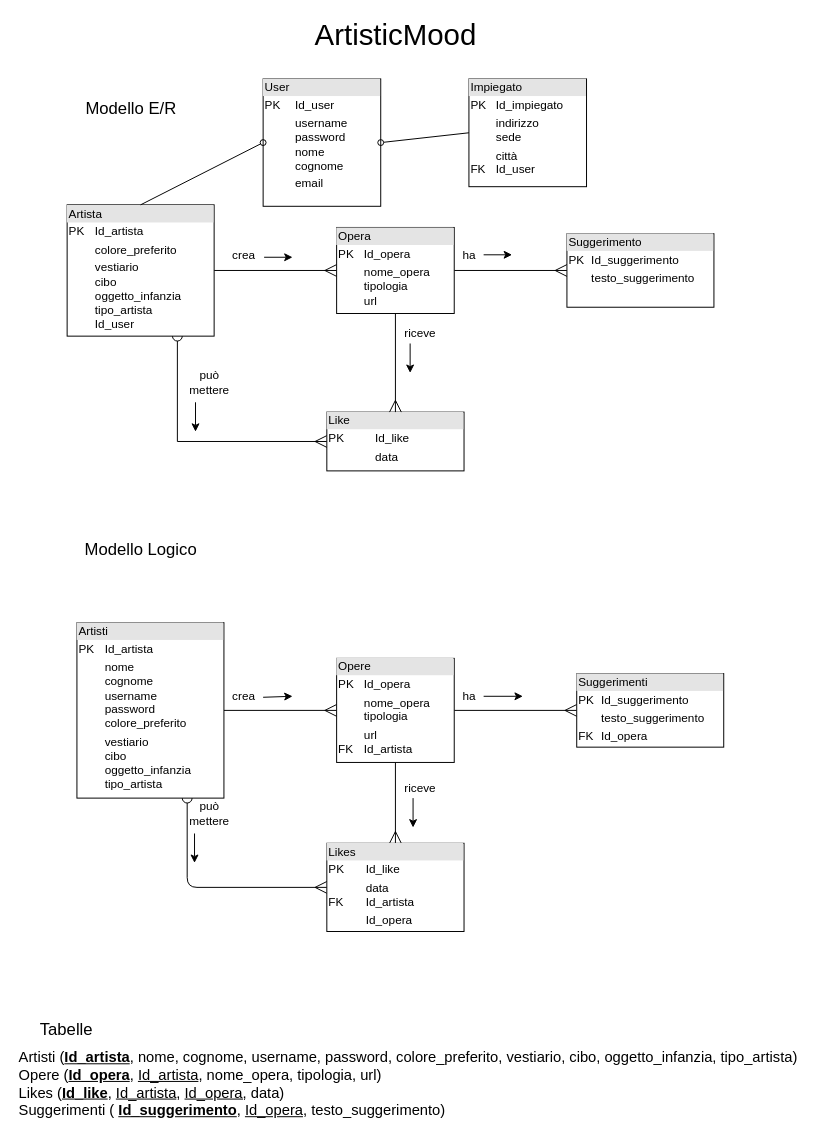
This is ArtisticMood.drawio from ChiaraGismondi02/ArtisticMood, a draw.io file, before an edit. Source tidied: cells renumbered, new cells numbered last; positions are measured from the earlier drawing's top-left corner, leaving out a move shared by most shapes. Both pictures are drawn from the tidied source at 98%, with x=0, y=0 at pixel (17, 20).
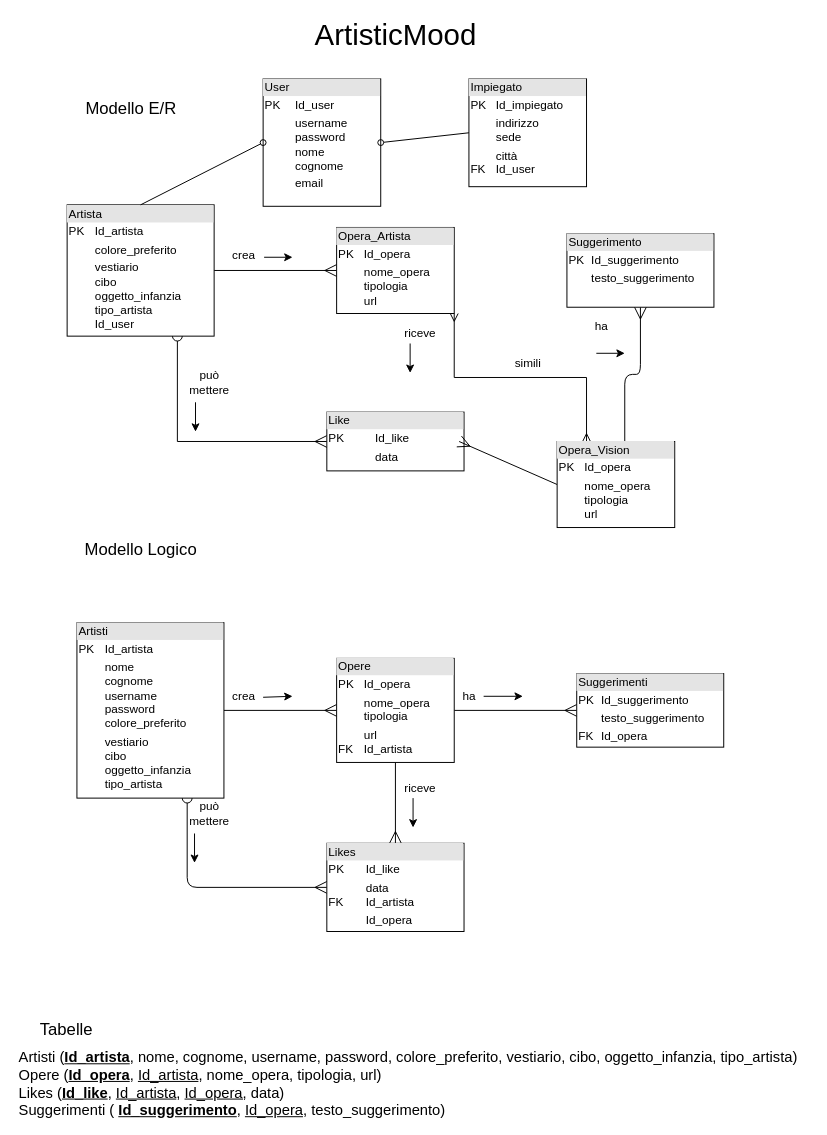
The same diagram, later.

The change refers to these unchanged cells:
```xml
<mxCell id="7" value="&lt;div style=&quot;box-sizing: border-box ; width: 100% ; background: #e4e4e4 ; padding: 2px&quot;&gt;Like&lt;/div&gt;&lt;table style=&quot;width: 100% ; font-size: 1em&quot; cellpadding=&quot;2&quot; cellspacing=&quot;0&quot;&gt;&lt;tbody&gt;&lt;tr&gt;&lt;td&gt;PK&lt;/td&gt;&lt;td&gt;Id_like&lt;/td&gt;&lt;/tr&gt;&lt;tr&gt;&lt;td&gt;&lt;br&gt;&lt;/td&gt;&lt;td&gt;data&lt;/td&gt;&lt;/tr&gt;&lt;tr&gt;&lt;td&gt;&lt;/td&gt;&lt;td&gt;&lt;br&gt;&lt;/td&gt;&lt;/tr&gt;&lt;/tbody&gt;&lt;/table&gt;" style="verticalAlign=top;align=left;overflow=fill;html=1;" parent="1" vertex="1">
  <mxGeometry x="316" y="400" width="140" height="60" as="geometry" />
</mxCell>
<mxCell id="21" value="&lt;div style=&quot;box-sizing: border-box ; width: 100% ; background: #e4e4e4 ; padding: 2px&quot;&gt;Suggerimento&lt;/div&gt;&lt;table style=&quot;width: 100% ; font-size: 1em&quot; cellpadding=&quot;2&quot; cellspacing=&quot;0&quot;&gt;&lt;tbody&gt;&lt;tr&gt;&lt;td&gt;PK&lt;/td&gt;&lt;td&gt;Id_suggerimento&lt;/td&gt;&lt;/tr&gt;&lt;tr&gt;&lt;td&gt;&lt;br&gt;&lt;/td&gt;&lt;td&gt;testo_suggerimento&lt;/td&gt;&lt;/tr&gt;&lt;tr&gt;&lt;td&gt;&lt;/td&gt;&lt;td&gt;&lt;br&gt;&lt;/td&gt;&lt;/tr&gt;&lt;/tbody&gt;&lt;/table&gt;" style="verticalAlign=top;align=left;overflow=fill;html=1;" parent="1" vertex="1">
  <mxGeometry x="561" y="218" width="150" height="75" as="geometry" />
</mxCell>
```

The edit, as a diff of the source:
```diff
@@
-    <mxCell id="5" style="edgeStyle=orthogonalEdgeStyle;curved=0;rounded=1;sketch=0;jettySize=auto;html=1;exitX=1;exitY=0.5;exitDx=0;exitDy=0;entryX=0;entryY=0.5;entryDx=0;entryDy=0;startArrow=none;startFill=0;endArrow=ERmany;endFill=0;startSize=10;endSize=10;" parent="1" edge="1" source="6" target="21">
+    <mxCell id="5" style="edgeStyle=orthogonalEdgeStyle;curved=0;rounded=1;sketch=0;jettySize=auto;html=1;exitX=0.575;exitY=0;exitDx=0;exitDy=0;entryX=0.5;entryY=1;entryDx=0;entryDy=0;startArrow=none;startFill=0;endArrow=ERmany;endFill=0;startSize=10;endSize=10;exitPerimeter=0;" parent="1" edge="1" source="44" target="21">
       <mxGeometry relative="1" as="geometry" />
     </mxCell>
+    <mxCell id="43" style="edgeStyle=orthogonalEdgeStyle;rounded=0;jettySize=auto;html=1;exitX=1;exitY=1;exitDx=0;exitDy=0;entryX=0.25;entryY=0;entryDx=0;entryDy=0;endArrow=ERmany;endFill=0;startArrow=ERmany;startFill=0;" parent="1" edge="1" source="6" target="44">
+      <mxGeometry relative="1" as="geometry" />
+    </mxCell>
-    <mxCell id="6" value="&lt;div style=&quot;box-sizing: border-box ; width: 100% ; background: #e4e4e4 ; padding: 2px&quot;&gt;Opera&lt;/div&gt;&lt;table style=&quot;width: 100% ; font-size: 1em&quot; cellpadding=&quot;2&quot; cellspacing=&quot;0&quot;&gt;&lt;tbody&gt;&lt;tr&gt;&lt;td&gt;PK&lt;/td&gt;&lt;td&gt;Id_opera&lt;br&gt;&lt;/td&gt;&lt;/tr&gt;&lt;tr&gt;&lt;td&gt;&lt;br&gt;&lt;br&gt;&lt;/td&gt;&lt;td&gt;nome_opera&lt;br&gt;tipologia&lt;br&gt;url&lt;/td&gt;&lt;/tr&gt;&lt;tr&gt;&lt;td&gt;&lt;/td&gt;&lt;td&gt;&lt;br&gt;&lt;/td&gt;&lt;/tr&gt;&lt;/tbody&gt;&lt;/table&gt;" style="verticalAlign=top;align=left;overflow=fill;html=1;" parent="1" vertex="1">
+    <mxCell id="6" value="&lt;div style=&quot;box-sizing: border-box ; width: 100% ; background: #e4e4e4 ; padding: 2px&quot;&gt;Opera_Artista&lt;/div&gt;&lt;table style=&quot;width: 100% ; font-size: 1em&quot; cellpadding=&quot;2&quot; cellspacing=&quot;0&quot;&gt;&lt;tbody&gt;&lt;tr&gt;&lt;td&gt;PK&lt;/td&gt;&lt;td&gt;Id_opera&lt;br&gt;&lt;/td&gt;&lt;/tr&gt;&lt;tr&gt;&lt;td&gt;&lt;br&gt;&lt;br&gt;&lt;/td&gt;&lt;td&gt;nome_opera&lt;br&gt;tipologia&lt;br&gt;url&lt;/td&gt;&lt;/tr&gt;&lt;tr&gt;&lt;td&gt;&lt;/td&gt;&lt;td&gt;&lt;br&gt;&lt;/td&gt;&lt;/tr&gt;&lt;/tbody&gt;&lt;/table&gt;" style="verticalAlign=top;align=left;overflow=fill;html=1;" parent="1" vertex="1">
       <mxGeometry x="326" y="211.6" width="120" height="87.8" as="geometry" />
     </mxCell>
@@
-    <mxCell id="8" style="endArrow=ERmany;endFill=0;endSize=10;html=1;exitX=0.5;exitY=1;exitDx=0;exitDy=0;startArrow=none;startFill=0;startSize=10;entryX=0.5;entryY=0;entryDx=0;entryDy=0;" parent="1" edge="1" source="6" target="7">
-      <mxGeometry relative="1" as="geometry" />
+    <mxCell id="8" style="endArrow=ERmany;endFill=0;endSize=10;html=1;exitX=0;exitY=0.5;exitDx=0;exitDy=0;startArrow=none;startFill=0;startSize=10;" parent="1" edge="1" source="44">
+      <mxGeometry relative="1" as="geometry">
+        <mxPoint x="451" y="430" as="targetPoint" />
+      </mxGeometry>
     </mxCell>
@@
     <mxCell id="25" value="ha" style="text;html=1;align=center;verticalAlign=middle;fillColor=none;strokeColor=none;rounded=0;" parent="1" vertex="1">
-      <mxGeometry x="446" y="230" width="30" height="20" as="geometry" />
+      <mxGeometry x="581" y="302.5" width="30" height="20" as="geometry" />
     </mxCell>
@@
     <mxCell id="28" style="endArrow=classic;html=1;exitX=1.025;exitY=0.6;exitDx=0;exitDy=0;exitPerimeter=0;" parent="1" edge="1">
       <mxGeometry relative="1" as="geometry">
-        <mxPoint x="476" y="239.5" as="sourcePoint" />
-        <mxPoint x="505" y="239.5" as="targetPoint" />
+        <mxPoint x="591" y="340" as="sourcePoint" />
+        <mxPoint x="620" y="340" as="targetPoint" />
       </mxGeometry>
     </mxCell>
@@
+    <mxCell id="44" value="&lt;div style=&quot;box-sizing: border-box ; width: 100% ; background: #e4e4e4 ; padding: 2px&quot;&gt;Opera_Vision&lt;/div&gt;&lt;table style=&quot;width: 100% ; font-size: 1em&quot; cellpadding=&quot;2&quot; cellspacing=&quot;0&quot;&gt;&lt;tbody&gt;&lt;tr&gt;&lt;td&gt;PK&lt;/td&gt;&lt;td&gt;Id_opera&lt;br&gt;&lt;/td&gt;&lt;/tr&gt;&lt;tr&gt;&lt;td&gt;&lt;br&gt;&lt;br&gt;&lt;/td&gt;&lt;td&gt;nome_opera&lt;br&gt;tipologia&lt;br&gt;url&lt;/td&gt;&lt;/tr&gt;&lt;tr&gt;&lt;td&gt;&lt;/td&gt;&lt;td&gt;&lt;br&gt;&lt;/td&gt;&lt;/tr&gt;&lt;/tbody&gt;&lt;/table&gt;" style="verticalAlign=top;align=left;overflow=fill;html=1;" parent="1" vertex="1">
+      <mxGeometry x="551" y="430" width="120" height="87.8" as="geometry" />
+    </mxCell>
+    <mxCell id="45" value="simili&lt;br&gt;" style="text;html=1;align=center;verticalAlign=middle;fillColor=none;strokeColor=none;rounded=0;" parent="1" vertex="1">
+      <mxGeometry x="501" y="340" width="40" height="20" as="geometry" />
+    </mxCell>
```
